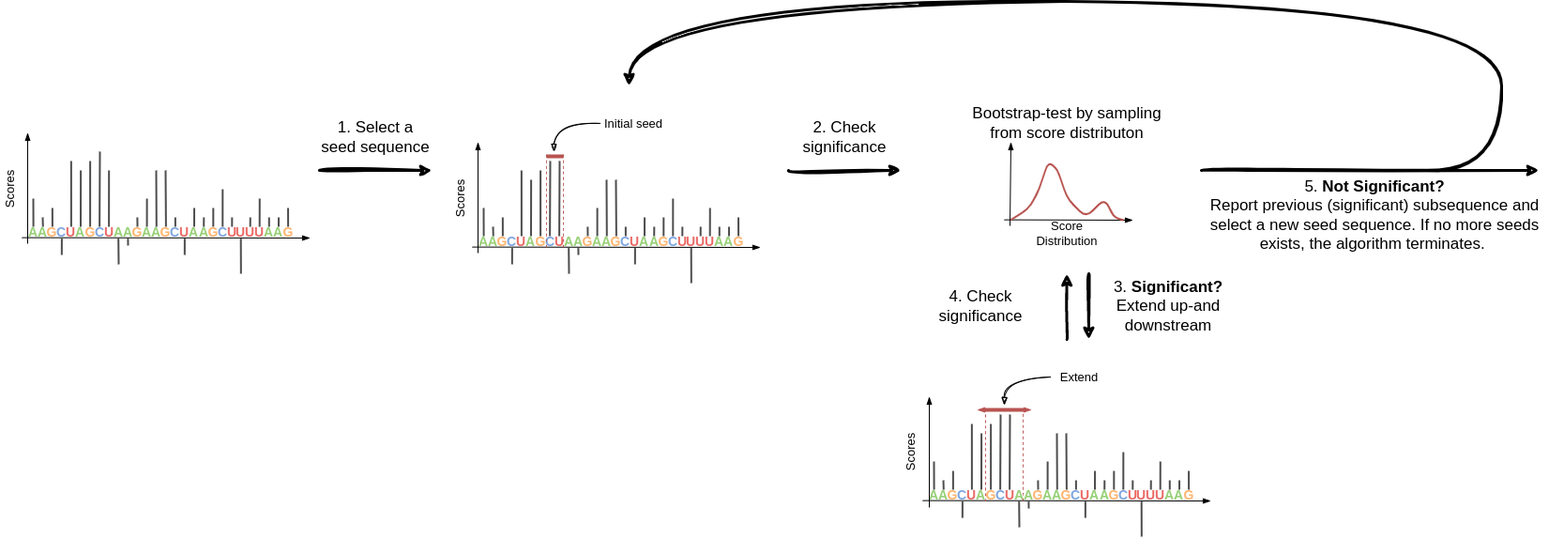
The draw.io diagram assets/workflow.png in mhorlacher/metamotif, before a commit. Source tidied: cells renumbered, new cells last; positions are measured from the earlier drawing's top-left corner, leaving out a move shared by most shapes.
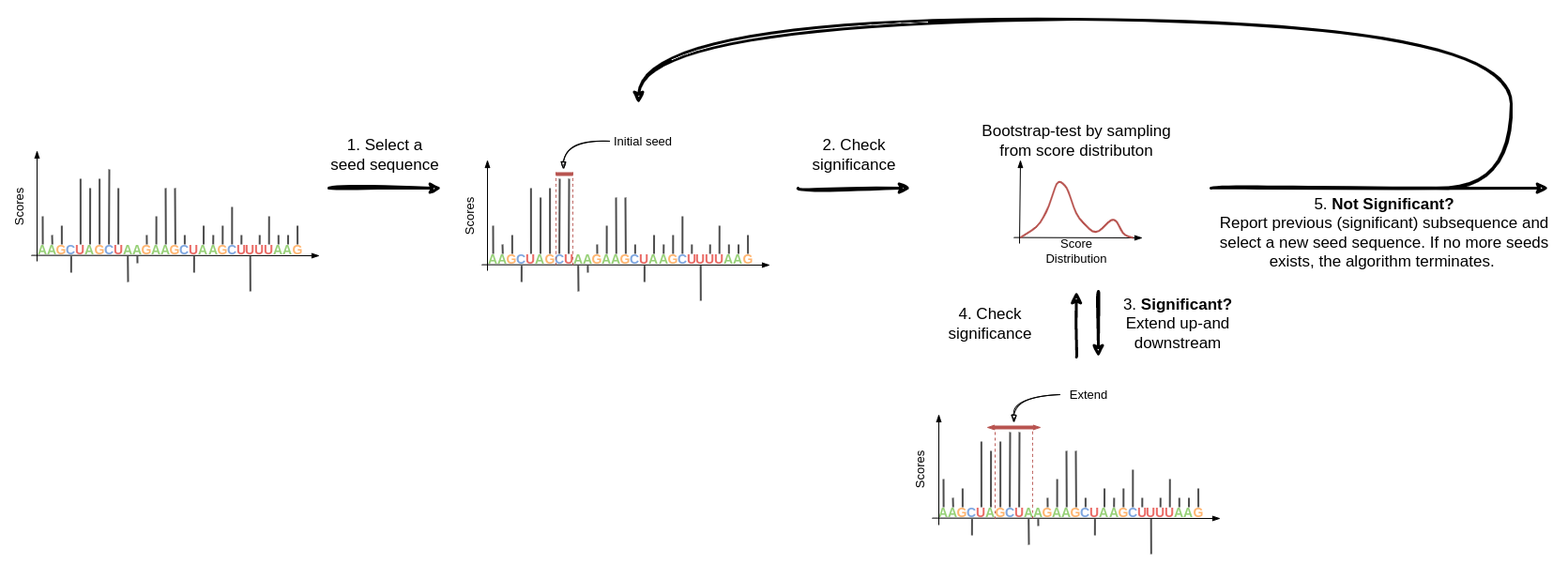
After the commit.

Commit message:
updated workflow sketch

Change to the diagram source:
```diff
@@ -2,6 +2,9 @@
   <root>
     <mxCell id="0" />
     <mxCell id="1" parent="0" />
+    <mxCell id="219" style="rounded=0;whiteSpace=wrap;html=1;strokeColor=none;" parent="1" vertex="1">
+      <mxGeometry x="30" y="-20" width="1670" height="600" as="geometry" />
+    </mxCell>
     <mxCell id="2" style="group;" parent="1" vertex="1">
       <mxGeometry x="40" y="140" width="330" height="150" as="geometry" />
     </mxCell>
```
